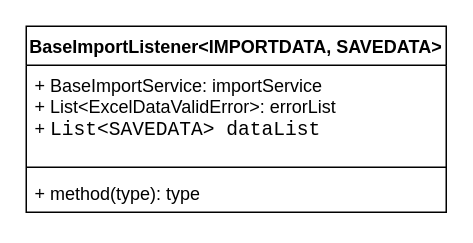
Before: 未命名绘图.drawio in 1135004584/diagrams, a draw.io diagram. Source tidied: cells renumbered, new cells numbered last; positions are measured from the earlier drawing's top-left corner, leaving out a move shared by most shapes. Both pictures are drawn from the tidied source at 150%, with x=0, y=0 at pixel (26, 26).
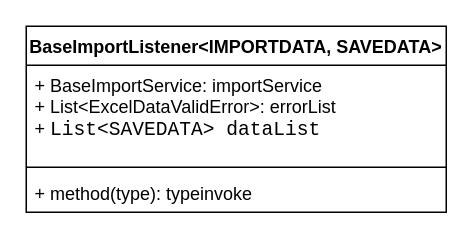
The same page after the edit.

Commit message (it also covers changes not shown here):
更新未命名绘图.drawio

Change to the diagram source:
```diff
@@
 <mxGraphModel>
   <root>
     <mxCell id="0" />
     <mxCell id="1" parent="0" />
     <mxCell id="2" value="BaseImportListener&amp;lt;IMPORTDATA, SAVEDATA&amp;gt;" style="swimlane;fontStyle=1;align=center;verticalAlign=top;horizontal=1;startSize=26;whiteSpace=wrap;html=1;" parent="1" vertex="1">
       <mxGeometry width="280" height="124" as="geometry" />
     </mxCell>
     <mxCell id="3" value="+&amp;nbsp;BaseImportService:&amp;nbsp;importService&lt;br&gt;+&amp;nbsp;List&amp;lt;ExcelDataValidError&amp;gt;:&amp;nbsp;errorList&lt;br&gt;+&amp;nbsp;&lt;span style=&quot;font-family: &amp;quot;JetBrains Mono&amp;quot;, monospace; font-size: 9.8pt;&quot;&gt;List&amp;lt;&lt;/span&gt;&lt;span style=&quot;font-family: &amp;quot;JetBrains Mono&amp;quot;, monospace; font-size: 9.8pt;&quot;&gt;SAVEDATA&lt;/span&gt;&lt;span style=&quot;font-family: &amp;quot;JetBrains Mono&amp;quot;, monospace; font-size: 9.8pt;&quot;&gt;&amp;gt; &lt;/span&gt;&lt;span style=&quot;font-family: &amp;quot;JetBrains Mono&amp;quot;, monospace; font-size: 9.8pt;&quot;&gt;dataList&lt;/span&gt;" style="text;strokeColor=none;fillColor=none;align=left;verticalAlign=top;spacingLeft=4;spacingRight=4;overflow=hidden;whiteSpace=wrap;html=1;" parent="2" vertex="1">
       <mxGeometry y="26" width="280" height="64" as="geometry" />
     </mxCell>
     <mxCell id="4" style="line;strokeWidth=1;fillColor=none;align=left;verticalAlign=middle;spacingTop=-1;spacingLeft=3;spacingRight=3;labelPosition=right;strokeColor=inherit;" parent="2" vertex="1">
       <mxGeometry y="90" width="280" height="8" as="geometry" />
     </mxCell>
-    <mxCell id="5" value="+ method(type): type" style="text;strokeColor=none;fillColor=none;align=left;verticalAlign=top;spacingLeft=4;spacingRight=4;overflow=hidden;whiteSpace=wrap;html=1;" parent="2" vertex="1">
+    <mxCell id="5" value="+ method(type): typeinvoke" style="text;strokeColor=none;fillColor=none;align=left;verticalAlign=top;spacingLeft=4;spacingRight=4;overflow=hidden;whiteSpace=wrap;html=1;" parent="2" vertex="1">
       <mxGeometry y="98" width="280" height="26" as="geometry" />
     </mxCell>
   </root>
 </mxGraphModel>
```
